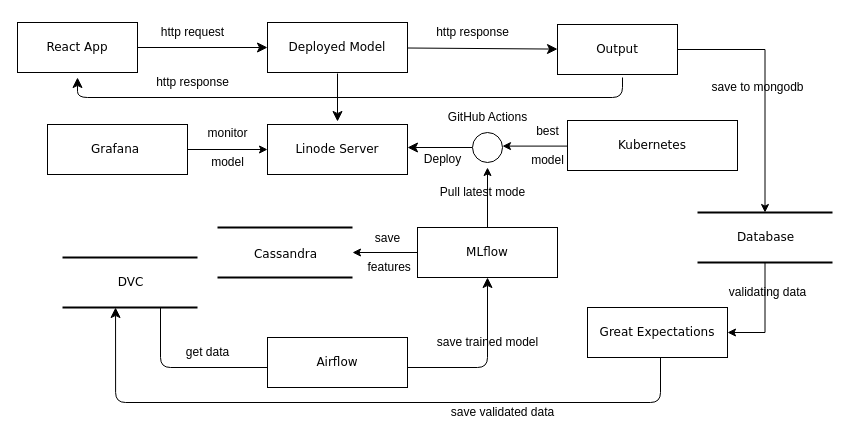
This is ML Arcchitecture.drawio from AyoubMaimmadi/Audieyes, a draw.io file, before an edit. Source tidied: cells renumbered, new cells numbered last; positions are measured from the earlier drawing's top-left corner, leaving out a move shared by most shapes. Both pictures are drawn from the tidied source at 100%, with x=0, y=0 at pixel (17, 17).
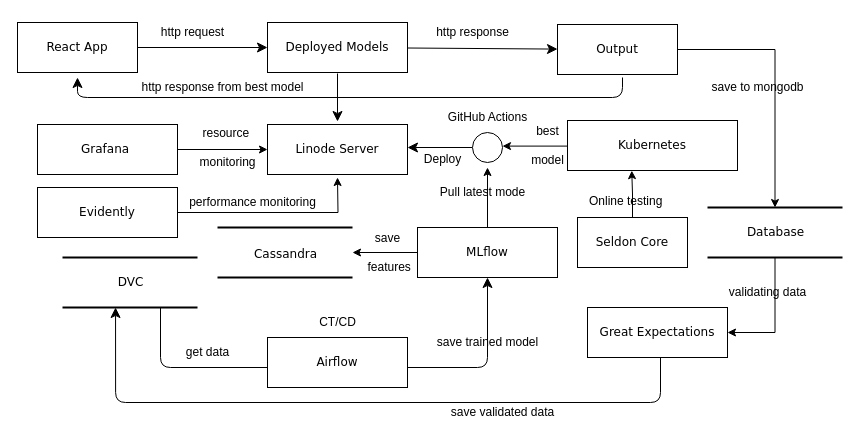
The same page after the edit.

Unchanged cells that the change refers to:
```xml
<mxCell id="17" value="Kubernetes" style="whiteSpace=wrap;html=1;rounded=0;shadow=0;comic=0;labelBackgroundColor=none;strokeWidth=1;fontFamily=Verdana;fontSize=12;align=center;" parent="1" vertex="1">
  <mxGeometry x="550" y="103" width="170" height="50" as="geometry" />
</mxCell>
```

The edit, as a diff of the source:
```diff
@@
     <mxCell id="3" value="Database" style="html=1;rounded=0;shadow=0;comic=0;labelBackgroundColor=none;strokeWidth=2;fontFamily=Verdana;fontSize=12;align=center;shape=mxgraph.ios7ui.horLines;" parent="1" vertex="1">
-      <mxGeometry x="680" y="195" width="135" height="50" as="geometry" />
+      <mxGeometry x="690" y="190" width="135" height="50" as="geometry" />
     </mxCell>
@@
-    <mxCell id="14" value="Deployed Model" style="whiteSpace=wrap;html=1;rounded=0;shadow=0;comic=0;labelBackgroundColor=none;strokeWidth=1;fontFamily=Verdana;fontSize=12;align=center;" parent="1" vertex="1">
+    <mxCell id="14" value="Deployed Models" style="whiteSpace=wrap;html=1;rounded=0;shadow=0;comic=0;labelBackgroundColor=none;strokeWidth=1;fontFamily=Verdana;fontSize=12;align=center;" parent="1" vertex="1">
       <mxGeometry x="250" y="5" width="140" height="50" as="geometry" />
     </mxCell>
@@
     <mxCell id="25" value="Grafana&amp;nbsp;" style="whiteSpace=wrap;html=1;rounded=0;shadow=0;comic=0;labelBackgroundColor=none;strokeWidth=1;fontFamily=Verdana;fontSize=12;align=center;" parent="1" vertex="1">
-      <mxGeometry x="30" y="107" width="140" height="50" as="geometry" />
+      <mxGeometry x="20" y="107" width="140" height="50" as="geometry" />
     </mxCell>
@@
-    <mxCell id="31" value="monitor&lt;br&gt;&lt;br&gt;model" style="text;html=1;align=center;verticalAlign=middle;strokeColor=none;fillColor=none;" parent="1" vertex="1">
-      <mxGeometry x="180" y="100" width="60" height="60" as="geometry" />
+    <mxCell id="31" value="resource&amp;nbsp;&lt;br&gt;&lt;br&gt;monitoring" style="text;html=1;align=center;verticalAlign=middle;strokeColor=none;fillColor=none;" parent="1" vertex="1">
+      <mxGeometry x="170" y="100" width="80" height="60" as="geometry" />
     </mxCell>
-    <mxCell id="32" value="http response" style="text;html=1;align=center;verticalAlign=middle;strokeColor=none;fillColor=none;" parent="1" vertex="1">
-      <mxGeometry x="125" y="50" width="100" height="30" as="geometry" />
+    <mxCell id="32" value="http response from best model" style="text;html=1;align=center;verticalAlign=middle;strokeColor=none;fillColor=none;" parent="1" vertex="1">
+      <mxGeometry x="110" y="55" width="190" height="30" as="geometry" />
     </mxCell>
@@
+    <mxCell id="42" style="edgeStyle=orthogonalEdgeStyle;rounded=0;jettySize=auto;html=1;entryX=0.378;entryY=1.003;entryDx=0;entryDy=0;entryPerimeter=0;" parent="1" edge="1" source="43" target="17">
+      <mxGeometry relative="1" as="geometry" />
+    </mxCell>
+    <mxCell id="43" value="Seldon Core" style="whiteSpace=wrap;html=1;rounded=0;shadow=0;comic=0;labelBackgroundColor=none;strokeWidth=1;fontFamily=Verdana;fontSize=12;align=center;" parent="1" vertex="1">
+      <mxGeometry x="560" y="200" width="110" height="50" as="geometry" />
+    </mxCell>
+    <mxCell id="44" value="Online testing" style="text;whiteSpace=wrap;" parent="1" vertex="1">
+      <mxGeometry x="570" y="170" width="110" height="40" as="geometry" />
+    </mxCell>
+    <mxCell id="45" value="CT/CD" style="text;html=1;align=center;verticalAlign=middle;strokeColor=none;fillColor=none;" parent="1" vertex="1">
+      <mxGeometry x="290" y="290" width="60" height="30" as="geometry" />
+    </mxCell>
+    <mxCell id="46" style="edgeStyle=orthogonalEdgeStyle;rounded=0;jettySize=auto;html=1;" parent="1" edge="1" source="47">
+      <mxGeometry relative="1" as="geometry">
+        <mxPoint x="320" y="160" as="targetPoint" />
+      </mxGeometry>
+    </mxCell>
+    <mxCell id="47" value="Evidently" style="whiteSpace=wrap;html=1;rounded=0;shadow=0;comic=0;labelBackgroundColor=none;strokeWidth=1;fontFamily=Verdana;fontSize=12;align=center;" parent="1" vertex="1">
+      <mxGeometry x="20" y="170" width="140" height="50" as="geometry" />
+    </mxCell>
+    <mxCell id="48" value="performance monitoring" style="text;html=1;align=center;verticalAlign=middle;strokeColor=none;fillColor=none;" parent="1" vertex="1">
+      <mxGeometry x="160" y="170" width="150" height="30" as="geometry" />
+    </mxCell>
```
